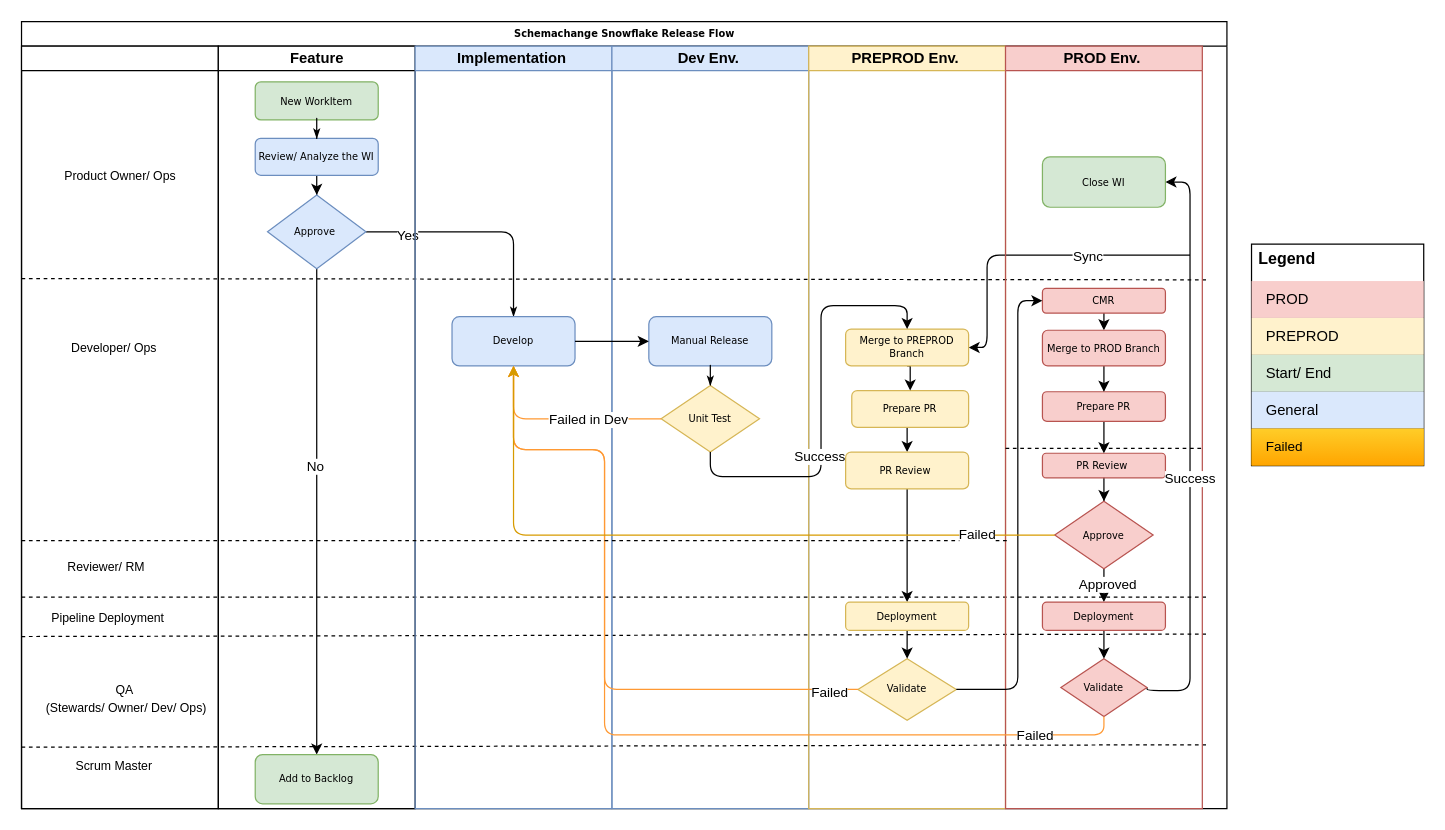
Earlier version of the draw.io diagram dbtFlow.drawio (jijeeshme/diagrams). Source tidied: cells renumbered, new cells numbered last; positions are measured from the earlier drawing's top-left corner, leaving out a move shared by most shapes. Both pictures are drawn from the tidied source at 123%, with x=0, y=0 at pixel (21, 21).
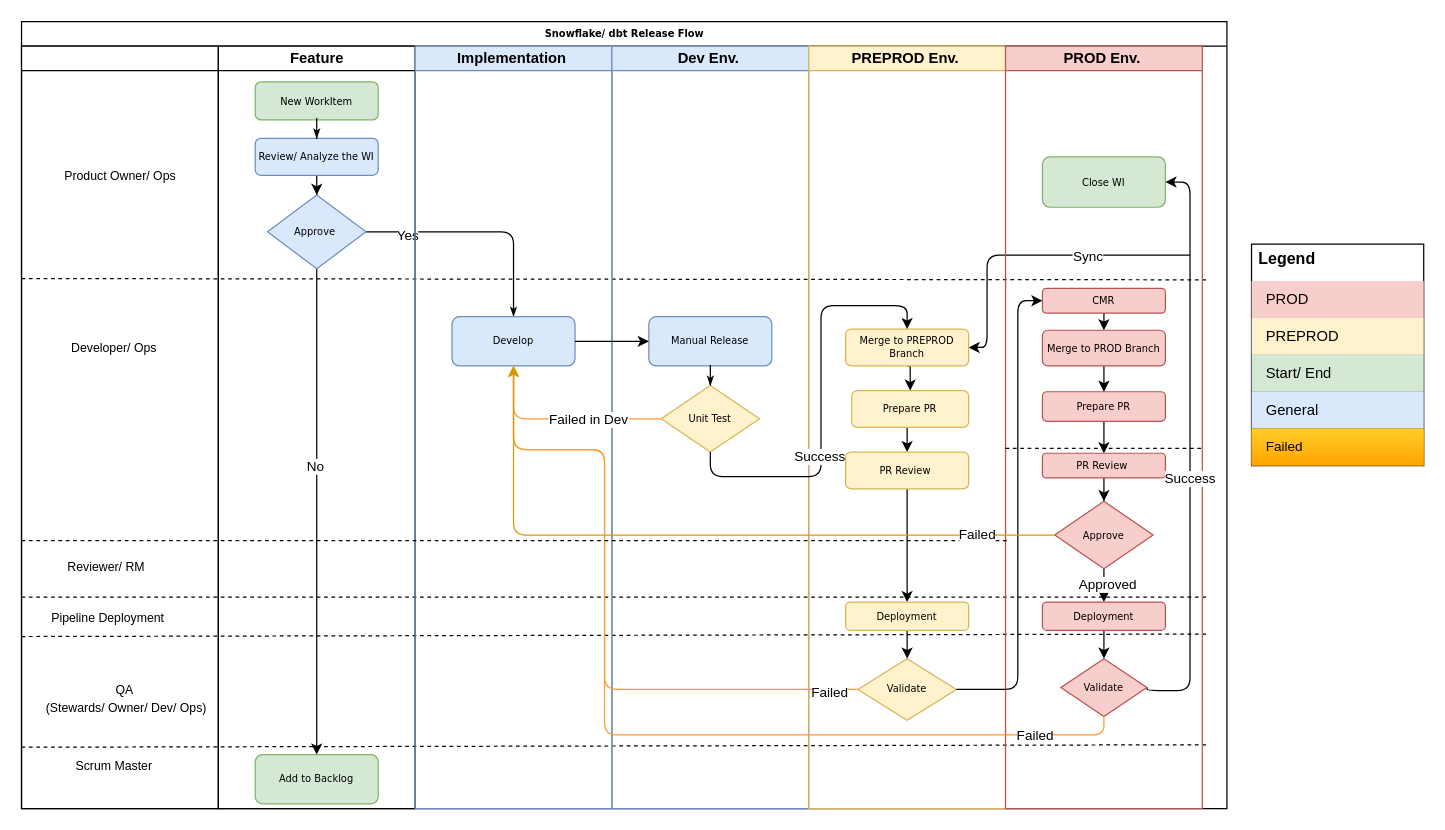
The same diagram, later.

Change to the diagram source:
```diff
@@
-    <mxCell id="13" value="Schemachange Snowflake Release Flow" style="swimlane;html=1;startSize=20;rounded=0;shadow=0;labelBackgroundColor=none;strokeWidth=1;fontFamily=Verdana;fontSize=8;align=center;" parent="1" vertex="1">
+    <mxCell id="13" value="Snowflake/ dbt Release Flow" style="swimlane;html=1;startSize=20;rounded=0;shadow=0;labelBackgroundColor=none;strokeWidth=1;fontFamily=Verdana;fontSize=8;align=center;" parent="1" vertex="1">
       <mxGeometry width="980" height="640" as="geometry" />
     </mxCell>
```
